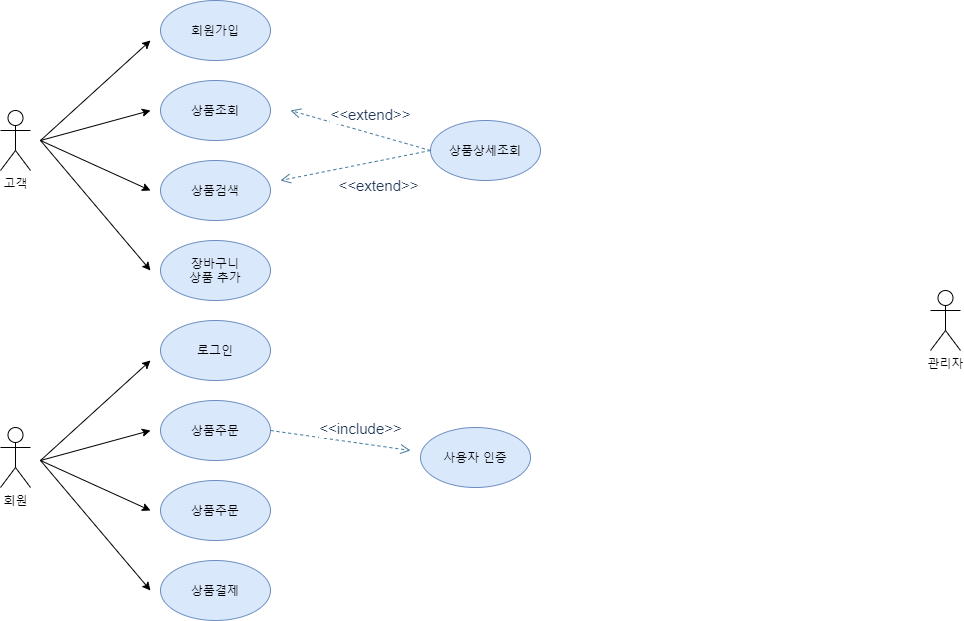
Before: Actor Diagram.png, a diagram exported from draw.io (osiris0607/Project). Source tidied: cells renumbered, new cells last; positions are measured from the earlier drawing's top-left corner, leaving out a move shared by most shapes.
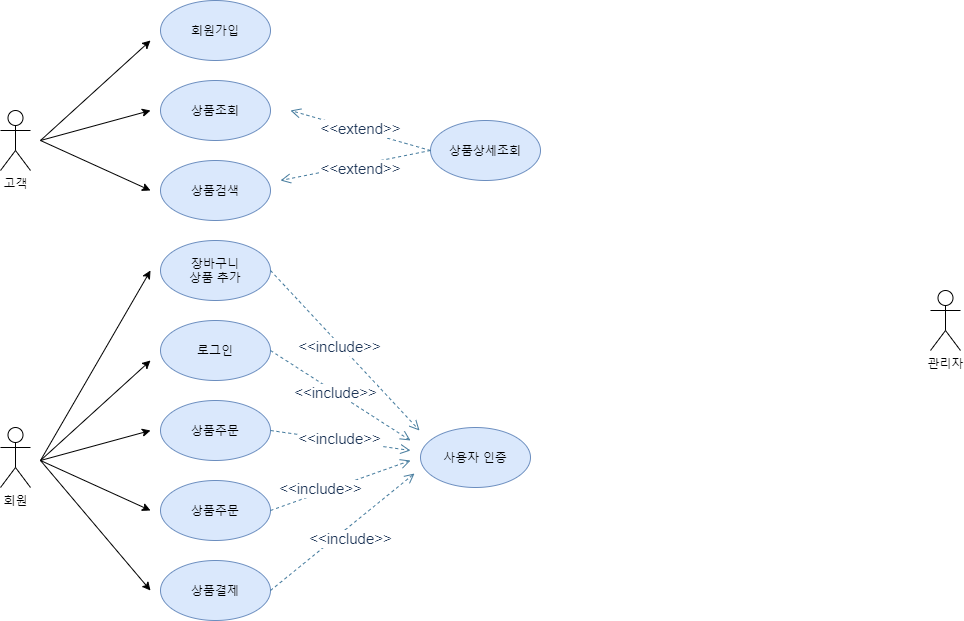
After the change.

The edit, as a diff of the source:
```diff
@@ -55,7 +55,7 @@
     </mxCell>
     <mxCell id="16" style="endArrow=classic;html=1;" parent="1" edge="1">
       <mxGeometry relative="1" as="geometry">
-        <mxPoint x="40" y="140" as="sourcePoint" />
+        <mxPoint x="40" y="460" as="sourcePoint" />
         <mxPoint x="150" y="270" as="targetPoint" />
       </mxGeometry>
     </mxCell>
@@ -87,25 +87,44 @@
       <mxGeometry x="430" y="120" width="110" height="60" as="geometry" />
     </mxCell>
     <mxCell id="22" value="&lt;font style=&quot;font-size: 15px&quot;&gt;&amp;lt;&amp;lt;extend&amp;gt;&amp;gt;&lt;/font&gt;" style="html=1;verticalAlign=bottom;endArrow=open;dashed=1;endSize=8;strokeColor=#457B9D;fillColor=#A8DADC;fontColor=#1D3557;exitX=0;exitY=0.5;exitDx=0;exitDy=0;" parent="1" edge="1" source="21">
-      <mxGeometry x="-0.12" y="-7" relative="1" as="geometry">
+      <mxGeometry x="-0.04" y="10" relative="1" as="geometry">
         <mxPoint x="290" y="110" as="targetPoint" />
       </mxGeometry>
     </mxCell>
     <mxCell id="23" value="&lt;font style=&quot;font-size: 15px&quot;&gt;&amp;lt;&amp;lt;extend&amp;gt;&amp;gt;&lt;/font&gt;" style="html=1;verticalAlign=bottom;endArrow=open;dashed=1;endSize=8;strokeColor=#457B9D;fillColor=#A8DADC;fontColor=#1D3557;" parent="1" edge="1">
-      <mxGeometry x="-0.21" y="35" relative="1" as="geometry">
+      <mxGeometry x="-0.03" y="16" relative="1" as="geometry">
         <mxPoint x="430" y="150" as="sourcePoint" />
         <mxPoint x="280" y="180" as="targetPoint" />
-        <mxPoint y="1" as="offset" />
       </mxGeometry>
     </mxCell>
     <mxCell id="24" value="사용자 인증" style="ellipse;whiteSpace=wrap;html=1;fillColor=#dae8fc;strokeColor=#6c8ebf;" parent="1" vertex="1">
       <mxGeometry x="420" y="427" width="110" height="60" as="geometry" />
     </mxCell>
     <mxCell id="25" value="&lt;font style=&quot;font-size: 15px&quot;&gt;&amp;lt;&amp;lt;include&amp;gt;&amp;gt;&lt;/font&gt;" style="html=1;verticalAlign=bottom;endArrow=open;dashed=1;endSize=8;strokeColor=#457B9D;fillColor=#A8DADC;fontColor=#1D3557;exitX=1;exitY=0.5;exitDx=0;exitDy=0;" parent="1" edge="1" source="9">
-      <mxGeometry x="0.28" y="3" relative="1" as="geometry">
+      <mxGeometry x="0.02" y="-10" relative="1" as="geometry">
         <mxPoint x="410" y="450" as="targetPoint" />
-        <mxPoint x="-1" as="offset" />
       </mxGeometry>
     </mxCell>
+    <mxCell id="26" value="&lt;font style=&quot;font-size: 15px&quot;&gt;&amp;lt;&amp;lt;include&amp;gt;&amp;gt;&lt;/font&gt;" style="html=1;verticalAlign=bottom;endArrow=open;dashed=1;endSize=8;strokeColor=#457B9D;fillColor=#A8DADC;fontColor=#1D3557;exitX=1;exitY=0.5;exitDx=0;exitDy=0;" parent="1" edge="1" source="10">
+      <mxGeometry x="-0.32" y="-7" relative="1" as="geometry">
+        <mxPoint x="410" y="460" as="targetPoint" />
+        <mxPoint x="1" as="offset" />
+      </mxGeometry>
+    </mxCell>
+    <mxCell id="27" value="&lt;font style=&quot;font-size: 15px&quot;&gt;&amp;lt;&amp;lt;include&amp;gt;&amp;gt;&lt;/font&gt;" style="html=1;verticalAlign=bottom;endArrow=open;dashed=1;endSize=8;strokeColor=#457B9D;fillColor=#A8DADC;fontColor=#1D3557;exitX=1;exitY=0.5;exitDx=0;exitDy=0;" parent="1" edge="1" source="11">
+      <mxGeometry x="-0.06" y="-19" relative="1" as="geometry">
+        <mxPoint x="414" y="473" as="targetPoint" />
+      </mxGeometry>
+    </mxCell>
+    <mxCell id="28" value="&lt;font style=&quot;font-size: 15px&quot;&gt;&amp;lt;&amp;lt;include&amp;gt;&amp;gt;&lt;/font&gt;" style="html=1;verticalAlign=bottom;endArrow=open;dashed=1;endSize=8;strokeColor=#457B9D;fillColor=#A8DADC;fontColor=#1D3557;exitX=1;exitY=0.5;exitDx=0;exitDy=0;" parent="1" edge="1" source="12">
+      <mxGeometry x="0.02" y="-10" relative="1" as="geometry">
+        <mxPoint x="419" y="430" as="targetPoint" />
+      </mxGeometry>
+    </mxCell>
+    <mxCell id="29" value="&lt;font style=&quot;font-size: 15px&quot;&gt;&amp;lt;&amp;lt;include&amp;gt;&amp;gt;&lt;/font&gt;" style="html=1;verticalAlign=bottom;endArrow=open;dashed=1;endSize=8;strokeColor=#457B9D;fillColor=#A8DADC;fontColor=#1D3557;exitX=1;exitY=0.5;exitDx=0;exitDy=0;" parent="1" edge="1" source="6">
+      <mxGeometry x="0.02" y="-10" relative="1" as="geometry">
+        <mxPoint x="410" y="440" as="targetPoint" />
+      </mxGeometry>
+    </mxCell>
   </root>
 </mxGraphModel>
```
